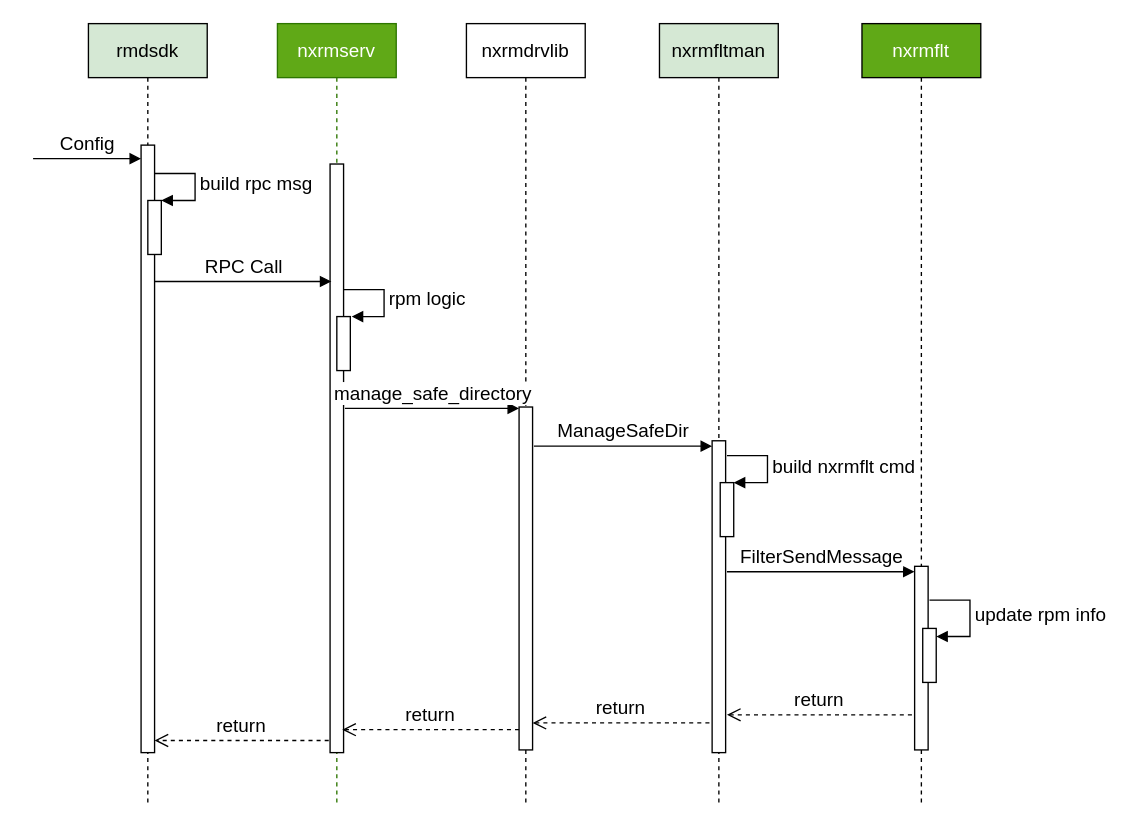
The draw.io diagram page "Page-4" (4 of 5) of ectr_detail.drawio in linfenwen/draw_io, before the edit. Source tidied: cells renumbered, new cells numbered last; positions are measured from the earlier drawing's top-left corner, leaving out a move shared by most shapes. Both pictures are drawn from the tidied source at 135%, with x=0, y=0 at pixel (32, 23).
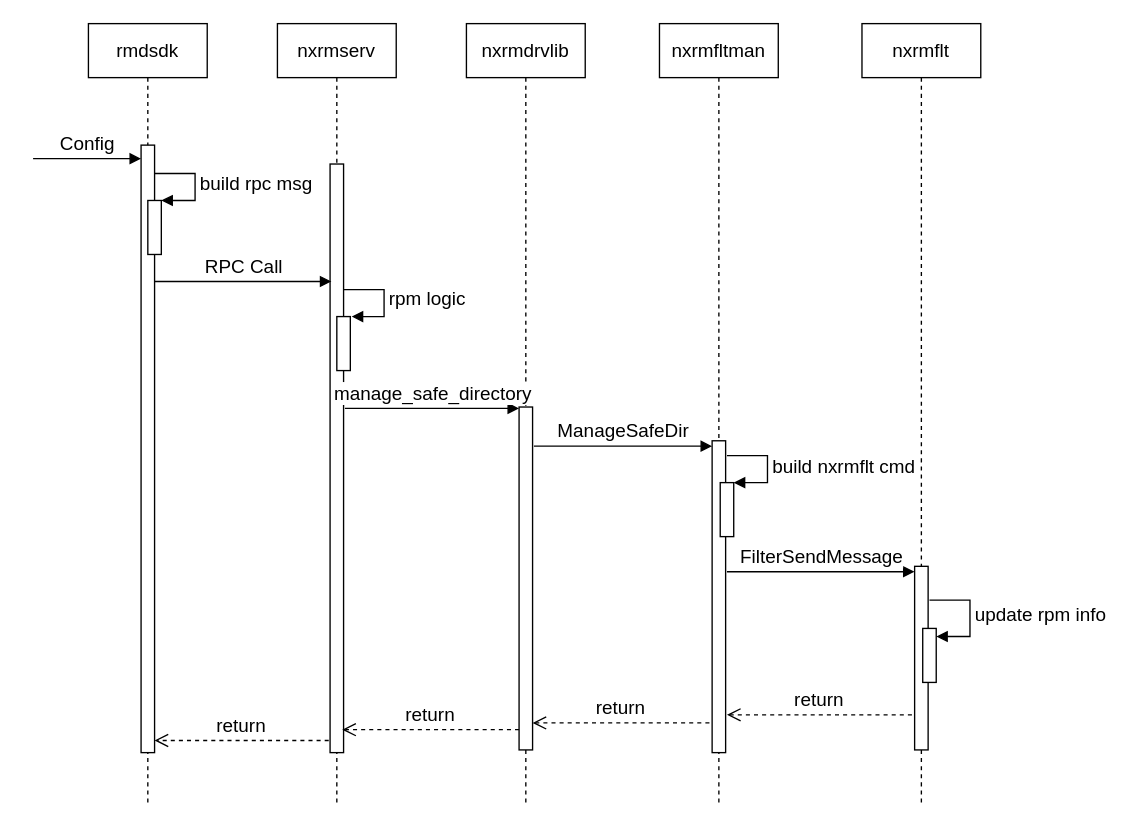
Above is the later version.

Change to the diagram source:
```diff
@@
-    <mxCell id="2" value="nxrmserv" style="shape=umlLifeline;perimeter=lifelinePerimeter;whiteSpace=wrap;html=1;fontSize=14;fillColor=#60a917;fontColor=#ffffff;strokeColor=#2D7600;" parent="1" vertex="1">
+    <mxCell id="2" value="nxrmserv" style="shape=umlLifeline;perimeter=lifelinePerimeter;whiteSpace=wrap;html=1;fontSize=14;" parent="1" vertex="1">
       <mxGeometry x="181" width="88" height="580" as="geometry" />
     </mxCell>
@@
-    <mxCell id="6" value="rmdsdk" style="shape=umlLifeline;perimeter=lifelinePerimeter;whiteSpace=wrap;html=1;fontSize=14;fillColor=#d5e8d4;strokeColor=#000000;" parent="1" vertex="1">
+    <mxCell id="6" value="rmdsdk" style="shape=umlLifeline;perimeter=lifelinePerimeter;whiteSpace=wrap;html=1;fontSize=14;" parent="1" vertex="1">
       <mxGeometry x="41" width="88" height="580" as="geometry" />
     </mxCell>
@@
-    <mxCell id="11" value="nxrmfltman" style="shape=umlLifeline;perimeter=lifelinePerimeter;whiteSpace=wrap;html=1;fontSize=14;fillColor=#d5e8d4;strokeColor=#000000;" parent="1" vertex="1">
+    <mxCell id="11" value="nxrmfltman" style="shape=umlLifeline;perimeter=lifelinePerimeter;whiteSpace=wrap;html=1;fontSize=14;" parent="1" vertex="1">
       <mxGeometry x="464" width="88" height="580" as="geometry" />
     </mxCell>
@@
-    <mxCell id="15" value="nxrmflt" style="shape=umlLifeline;perimeter=lifelinePerimeter;whiteSpace=wrap;html=1;fontSize=14;fillColor=#60a917;fontColor=#ffffff;strokeColor=#000000;" parent="1" vertex="1">
+    <mxCell id="15" value="nxrmflt" style="shape=umlLifeline;perimeter=lifelinePerimeter;whiteSpace=wrap;html=1;fontSize=14;" parent="1" vertex="1">
       <mxGeometry x="614" width="88" height="580" as="geometry" />
     </mxCell>
```
